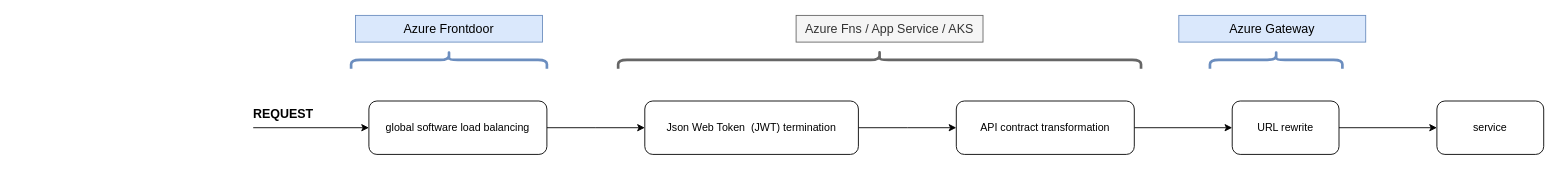
Before: assets/gateway.drawio in JakubNer/az-reverse-proxy-options, a draw.io diagram. Source tidied: cells renumbered, new cells numbered last; positions are measured from the earlier drawing's top-left corner, leaving out a move shared by most shapes. Both pictures are drawn from the tidied source at 89%, with x=0, y=0 at pixel (253, -202).
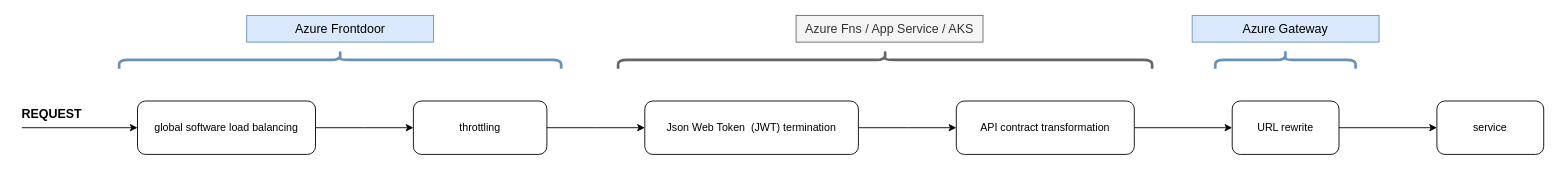
The same diagram, later.

The edit, as a diff of the source:
```diff
@@
-    <mxCell id="2" style="edgeStyle=orthogonalEdgeStyle;rounded=0;jettySize=auto;html=1;" parent="1" edge="1" source="3">
-      <mxGeometry relative="1" as="geometry">
-        <mxPoint x="440" y="370" as="targetPoint" />
-      </mxGeometry>
-    </mxCell>
-    <mxCell id="3" value="global software load balancing" style="rounded=1;whiteSpace=wrap;html=1;" parent="1" vertex="1">
-      <mxGeometry x="130" y="340" width="200" height="60" as="geometry" />
-    </mxCell>
@@
-    <mxCell id="9" style="endArrow=classic;html=1;rounded=0;entryX=0;entryY=0.5;entryDx=0;entryDy=0;" parent="1" edge="1" target="3">
-      <mxGeometry relative="1" as="geometry">
-        <mxPoint y="370" as="sourcePoint" />
-      </mxGeometry>
-    </mxCell>
-    <mxCell id="10" value="REQUEST" style="text;html=1;strokeColor=none;fillColor=none;align=center;verticalAlign=middle;whiteSpace=wrap;rounded=0;fontSize=14;fontStyle=1;" parent="1" vertex="1">
-      <mxGeometry x="4" y="340" width="60" height="30" as="geometry" />
-    </mxCell>
@@
     <mxCell id="13" style="shape=curlyBracket;whiteSpace=wrap;html=1;rounded=1;flipH=1;rotation=-90;fillColor=#dae8fc;strokeColor=#6c8ebf;strokeWidth=3;" parent="1" vertex="1">
-      <mxGeometry x="210" y="183.8" width="20" height="220" as="geometry" />
+      <mxGeometry x="87.7" y="45.5" width="20" height="496.6" as="geometry" />
     </mxCell>
     <mxCell id="14" style="shape=curlyBracket;whiteSpace=wrap;html=1;rounded=1;flipH=1;rotation=-90;fillColor=#f5f5f5;strokeColor=#666666;strokeWidth=3;fontColor=#333333;" parent="1" vertex="1">
-      <mxGeometry x="693.8" width="20" height="587.5" as="geometry" />
+      <mxGeometry x="700" y="-6.2" width="20" height="600" as="geometry" />
     </mxCell>
     <mxCell id="15" value="Azure Frontdoor" style="text;html=1;strokeColor=#6c8ebf;fillColor=#dae8fc;align=center;verticalAlign=middle;whiteSpace=wrap;rounded=0;fontSize=14;" parent="1" vertex="1">
-      <mxGeometry x="115" y="243.8" width="210" height="30" as="geometry" />
+      <mxGeometry x="-7.3" y="243.8" width="210" height="30" as="geometry" />
     </mxCell>
@@
     <mxCell id="17" style="shape=curlyBracket;whiteSpace=wrap;html=1;rounded=1;flipH=1;rotation=-90;fillColor=#dae8fc;strokeColor=#6c8ebf;strokeWidth=3;" parent="1" vertex="1">
-      <mxGeometry x="1139.4" y="219.4" width="20" height="148.8" as="geometry" />
+      <mxGeometry x="1149.8" y="214.9" width="20" height="157.7" as="geometry" />
     </mxCell>
     <mxCell id="18" value="Azure Gateway" style="text;html=1;strokeColor=#6c8ebf;fillColor=#dae8fc;align=center;verticalAlign=middle;whiteSpace=wrap;rounded=0;fontSize=14;" parent="1" vertex="1">
-      <mxGeometry x="1040" y="243.8" width="210" height="30" as="geometry" />
+      <mxGeometry x="1055" y="243.8" width="210" height="30" as="geometry" />
     </mxCell>
+    <mxCell id="19" style="edgeStyle=orthogonalEdgeStyle;rounded=0;jettySize=auto;html=1;" parent="1" edge="1" source="3">
+      <mxGeometry relative="1" as="geometry">
+        <mxPoint x="180" y="370" as="targetPoint" />
+      </mxGeometry>
+    </mxCell>
+    <mxCell id="3" value="global software load balancing" style="rounded=1;whiteSpace=wrap;html=1;" parent="1" vertex="1">
+      <mxGeometry x="-130" y="340" width="200" height="60" as="geometry" />
+    </mxCell>
+    <mxCell id="20" style="endArrow=classic;html=1;rounded=0;entryX=0;entryY=0.5;entryDx=0;entryDy=0;" parent="1" edge="1" target="3">
+      <mxGeometry relative="1" as="geometry">
+        <mxPoint x="-260" y="370" as="sourcePoint" />
+      </mxGeometry>
+    </mxCell>
+    <mxCell id="10" value="REQUEST" style="text;html=1;strokeColor=none;fillColor=none;align=center;verticalAlign=middle;whiteSpace=wrap;rounded=0;fontSize=14;fontStyle=1;" parent="1" vertex="1">
+      <mxGeometry x="-256" y="340" width="60" height="30" as="geometry" />
+    </mxCell>
+    <mxCell id="21" style="edgeStyle=orthogonalEdgeStyle;rounded=0;jettySize=auto;html=1;entryX=0;entryY=0.5;entryDx=0;entryDy=0;" parent="1" edge="1" source="22">
+      <mxGeometry relative="1" as="geometry">
+        <mxPoint x="440" y="370" as="targetPoint" />
+      </mxGeometry>
+    </mxCell>
+    <mxCell id="22" value="throttling" style="rounded=1;whiteSpace=wrap;html=1;" parent="1" vertex="1">
+      <mxGeometry x="180" y="340" width="150" height="60" as="geometry" />
+    </mxCell>
```
